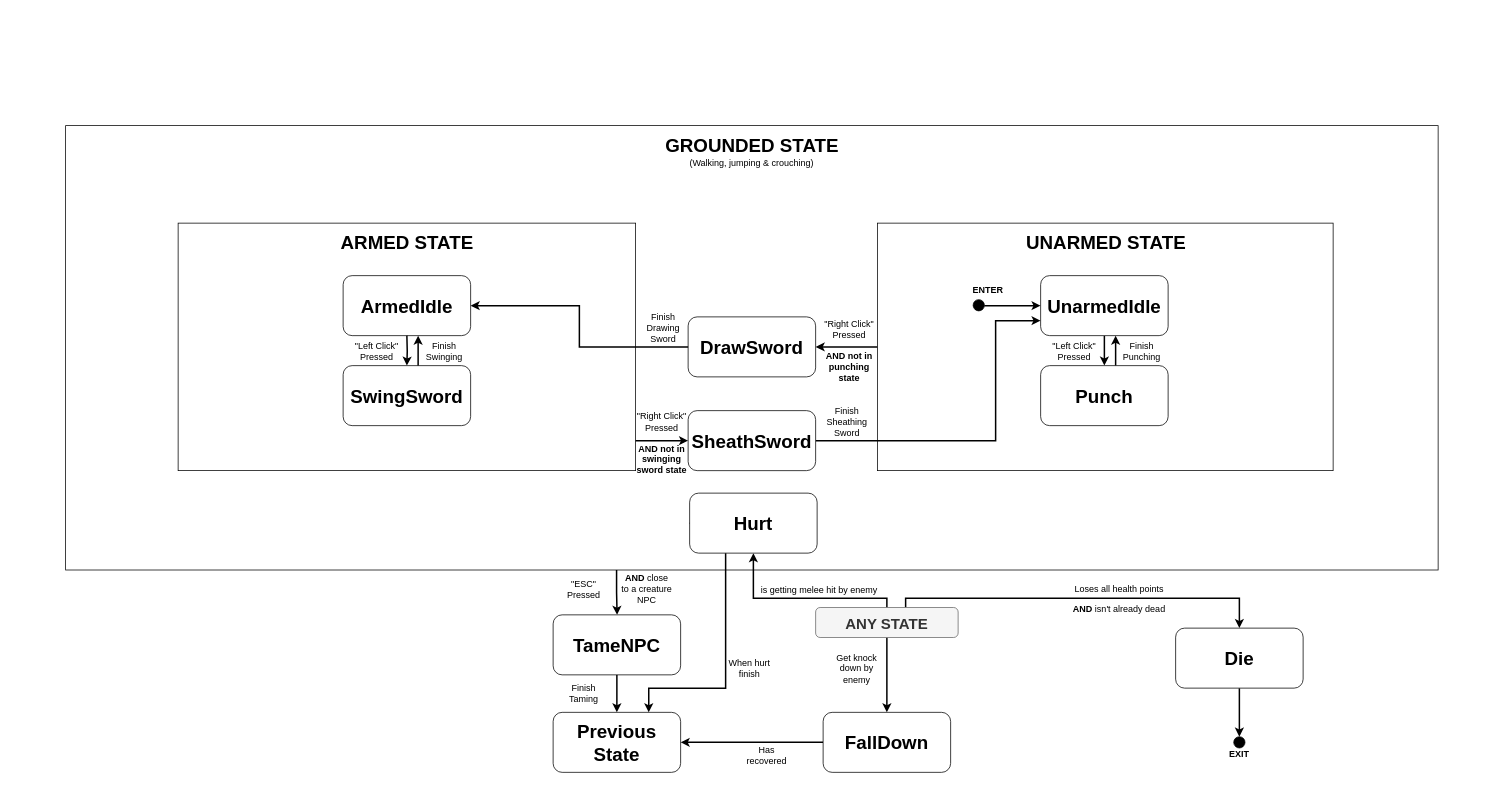
This is page "Page-2" (1 of 2) of player_fsm.drawio from Aster0/GMAI_Project, a draw.io file, before an edit. Source tidied: cells renumbered, new cells numbered last; positions are measured from the earlier drawing's top-left corner, leaving out a move shared by most shapes. Both pictures are drawn from the tidied source at 75%, with x=0, y=0 at pixel (13, 13).
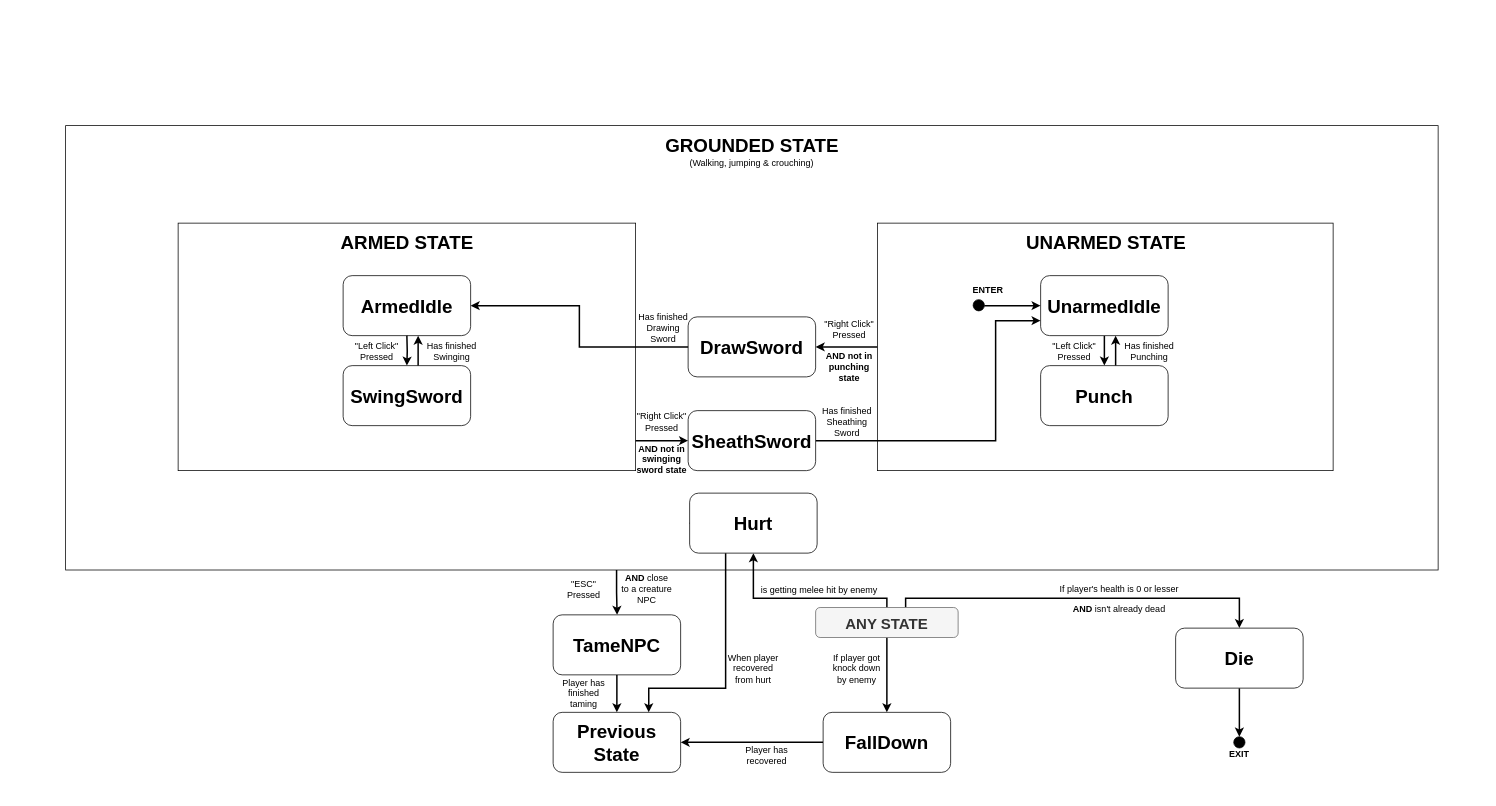
Above is the later version.

What changed in the source:
```diff
@@
-    <mxCell id="9" value="Finish Taming" style="text;html=1;strokeColor=none;fillColor=none;align=center;verticalAlign=middle;whiteSpace=wrap;rounded=0;fontSize=12;" parent="1" vertex="1">
+    <mxCell id="9" value="Player has finished taming" style="text;html=1;strokeColor=none;fillColor=none;align=center;verticalAlign=middle;whiteSpace=wrap;rounded=0;fontSize=12;" parent="1" vertex="1">
       <mxGeometry x="725.6" y="882.3" width="70" height="50" as="geometry" />
     </mxCell>
@@
-    <mxCell id="23" value="Finish Drawing Sword" style="text;html=1;strokeColor=none;fillColor=none;align=center;verticalAlign=middle;whiteSpace=wrap;rounded=0;fontSize=12;" parent="1" vertex="1">
+    <mxCell id="23" value="Has finished Drawing Sword" style="text;html=1;strokeColor=none;fillColor=none;align=center;verticalAlign=middle;whiteSpace=wrap;rounded=0;fontSize=12;" parent="1" vertex="1">
       <mxGeometry x="832" y="395" width="70" height="50" as="geometry" />
     </mxCell>
@@
-    <mxCell id="28" value="Finish Sheathing Sword" style="text;html=1;strokeColor=none;fillColor=none;align=center;verticalAlign=middle;whiteSpace=wrap;rounded=0;fontSize=12;" parent="1" vertex="1">
+    <mxCell id="28" value="Has finished Sheathing Sword" style="text;html=1;strokeColor=none;fillColor=none;align=center;verticalAlign=middle;whiteSpace=wrap;rounded=0;fontSize=12;" parent="1" vertex="1">
       <mxGeometry x="1077" y="520" width="70" height="50" as="geometry" />
     </mxCell>
@@
-    <mxCell id="37" value="Finish Punching" style="text;html=1;strokeColor=none;fillColor=none;align=center;verticalAlign=middle;whiteSpace=wrap;rounded=0;fontSize=12;" parent="1" vertex="1">
-      <mxGeometry x="1470" y="426" width="70" height="50" as="geometry" />
+    <mxCell id="37" value="Has finished Punching" style="text;html=1;strokeColor=none;fillColor=none;align=center;verticalAlign=middle;whiteSpace=wrap;rounded=0;fontSize=12;" parent="1" vertex="1">
+      <mxGeometry x="1480" y="426" width="70" height="50" as="geometry" />
     </mxCell>
-    <mxCell id="38" value="Finish Swinging" style="text;html=1;strokeColor=none;fillColor=none;align=center;verticalAlign=middle;whiteSpace=wrap;rounded=0;fontSize=12;" parent="1" vertex="1">
-      <mxGeometry x="540" y="426" width="70" height="50" as="geometry" />
+    <mxCell id="38" value="Has finished Swinging" style="text;html=1;strokeColor=none;fillColor=none;align=center;verticalAlign=middle;whiteSpace=wrap;rounded=0;fontSize=12;" parent="1" vertex="1">
+      <mxGeometry x="550" y="426" width="70" height="50" as="geometry" />
     </mxCell>
@@
-    <mxCell id="47" value="Get knock down by enemy" style="text;html=1;strokeColor=none;fillColor=none;align=center;verticalAlign=middle;whiteSpace=wrap;rounded=0;fontSize=12;" parent="1" vertex="1">
+    <mxCell id="47" value="If player got knock down by enemy" style="text;html=1;strokeColor=none;fillColor=none;align=center;verticalAlign=middle;whiteSpace=wrap;rounded=0;fontSize=12;" parent="1" vertex="1">
       <mxGeometry x="1090" y="849" width="70" height="50" as="geometry" />
     </mxCell>
@@
-    <mxCell id="51" value="Has recovered" style="text;html=1;strokeColor=none;fillColor=none;align=center;verticalAlign=middle;whiteSpace=wrap;rounded=0;fontSize=12;" parent="1" vertex="1">
+    <mxCell id="51" value="Player has recovered" style="text;html=1;strokeColor=none;fillColor=none;align=center;verticalAlign=middle;whiteSpace=wrap;rounded=0;fontSize=12;" parent="1" vertex="1">
       <mxGeometry x="970" y="964.8" width="70" height="50" as="geometry" />
     </mxCell>
-    <mxCell id="52" value="When hurt finish" style="text;html=1;strokeColor=none;fillColor=none;align=center;verticalAlign=middle;whiteSpace=wrap;rounded=0;fontSize=12;" parent="1" vertex="1">
-      <mxGeometry x="947" y="849" width="70" height="50" as="geometry" />
+    <mxCell id="52" value="When player recovered from hurt" style="text;html=1;strokeColor=none;fillColor=none;align=center;verticalAlign=middle;whiteSpace=wrap;rounded=0;fontSize=12;" parent="1" vertex="1">
+      <mxGeometry x="952" y="849" width="70" height="50" as="geometry" />
     </mxCell>
@@
-    <mxCell id="55" value="Loses all health points" style="text;html=1;strokeColor=none;fillColor=none;align=center;verticalAlign=middle;whiteSpace=wrap;rounded=0;fontSize=12;" parent="1" vertex="1">
+    <mxCell id="55" value="If player's health is 0 or lesser" style="text;html=1;strokeColor=none;fillColor=none;align=center;verticalAlign=middle;whiteSpace=wrap;rounded=0;fontSize=12;" parent="1" vertex="1">
       <mxGeometry x="1390" y="742.5" width="170" height="50" as="geometry" />
     </mxCell>
```
